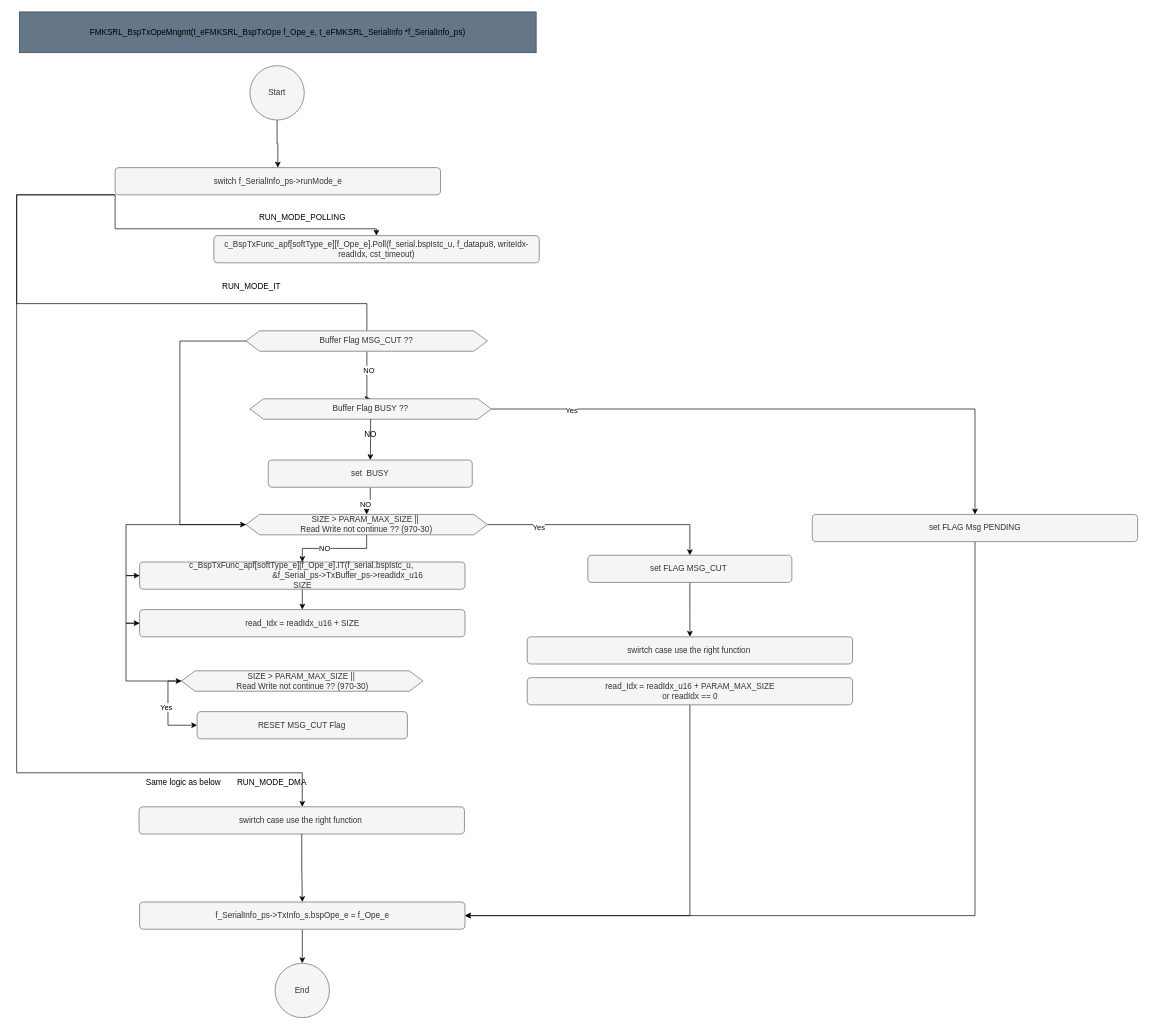
This is page "sBspTxOpeMngmt" (11 of 15) of src/1_FMK/FMK_HAL/FMK_SRL/Doc/Design/SerialDesign.drawio from mbarbeau0545/PickersRobotPOC, a draw.io file, before an edit. Source tidied: cells renumbered, new cells numbered last; positions are measured from the earlier drawing's top-left corner, leaving out a move shared by most shapes. Both pictures are drawn from the tidied source at 68%, with x=0, y=0 at pixel (16, 12).
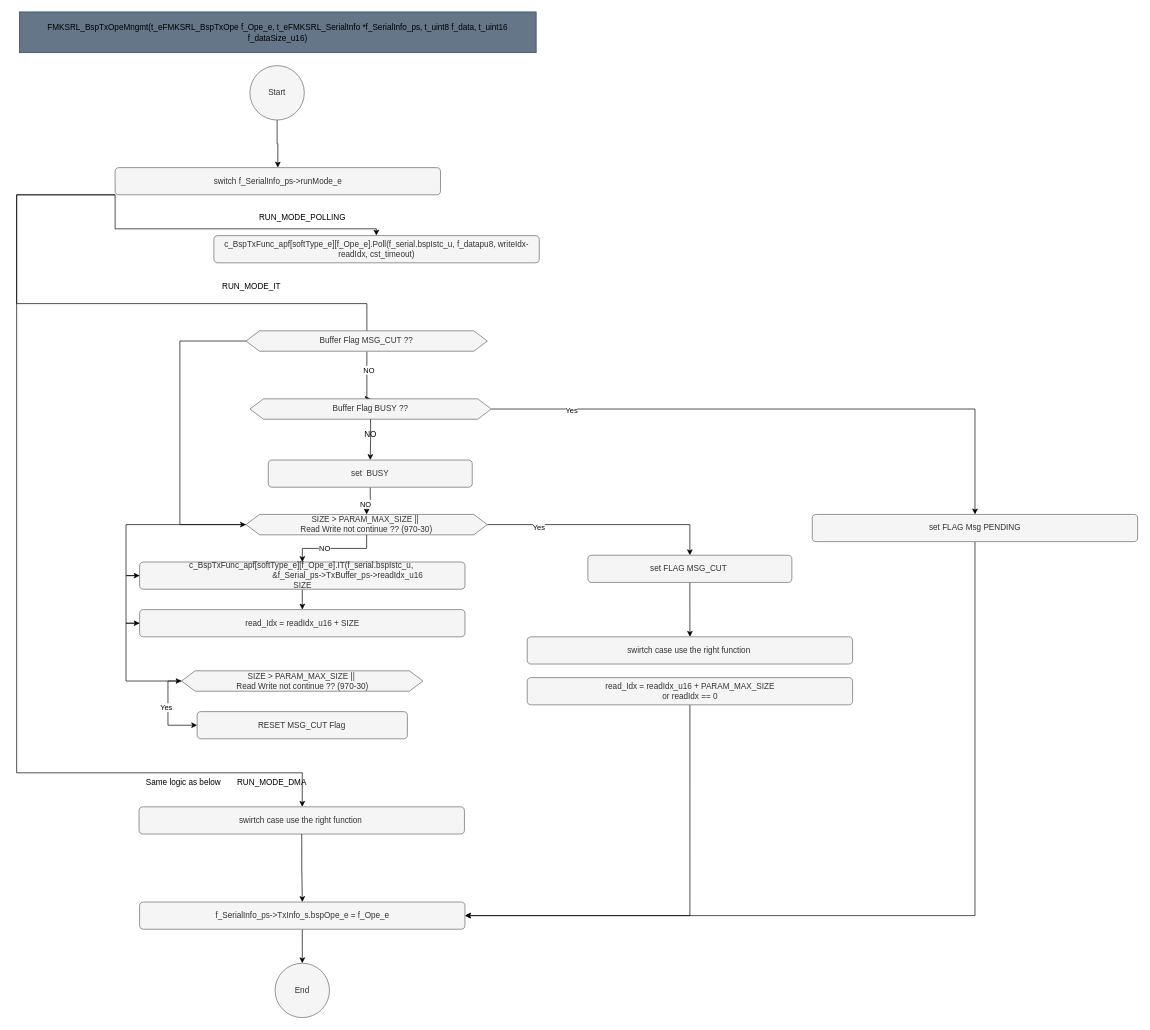
The same page after the edit.

Commit message (it also covers changes not shown here):
Work on FMKSRL Implementation, to be tested

The edit, as a diff of the source:
```diff
@@
-    <mxCell id="2" value="&lt;span style=&quot;font-size: 12px;&quot;&gt;FMKSRL_BspTxOpeMngmt(t_eFMKSRL_BspTxOpe f_Ope_e, t_eFMKSRL_SerialInfo *f_SerialInfo_ps)&lt;/span&gt;" style="rounded=0;whiteSpace=wrap;html=1;fillColor=#647687;fontColor=#000000;strokeColor=#314354;fontSize=14;" parent="1" vertex="1">
+    <mxCell id="2" value="&lt;span style=&quot;font-size: 12px;&quot;&gt;FMKSRL_BspTxOpeMngmt(t_eFMKSRL_BspTxOpe f_Ope_e, t_eFMKSRL_SerialInfo *f_SerialInfo_ps, t_uint8 f_data, t_uint16 f_dataSize_u16)&lt;/span&gt;" style="rounded=0;whiteSpace=wrap;html=1;fillColor=#647687;fontColor=#000000;strokeColor=#314354;fontSize=14;" parent="1" vertex="1">
       <mxGeometry x="4" width="760" height="60" as="geometry" />
     </mxCell>
```
